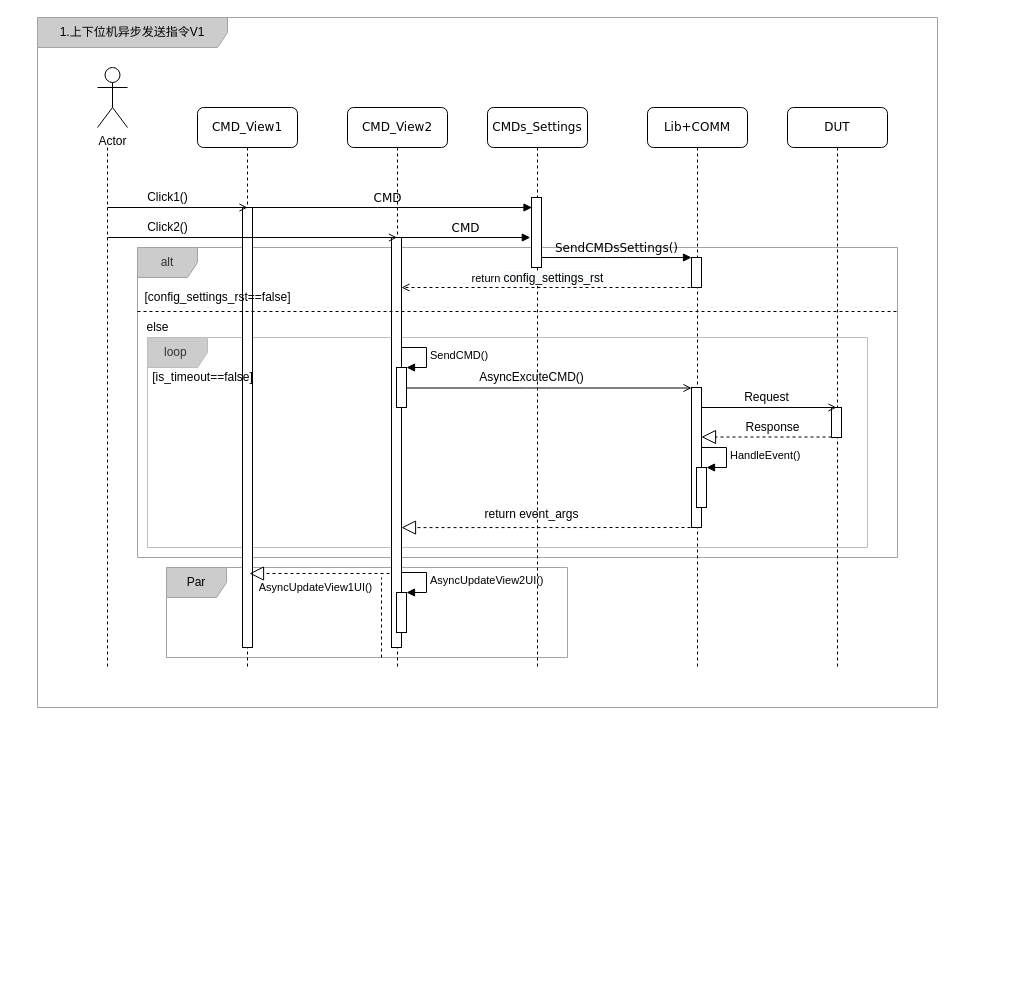
houxiaoxuan/CSharpBasicCodePractice keeps this draw.io diagram as page "V1" (1 of 2) of Untitled Diagram.drawio. Above is the earlier version. Source tidied: cells renumbered, new cells numbered last; positions are measured from the earlier drawing's top-left corner, leaving out a move shared by most shapes. Both pictures are drawn from the tidied source at 100%, with x=0, y=0 at pixel (37, 17).
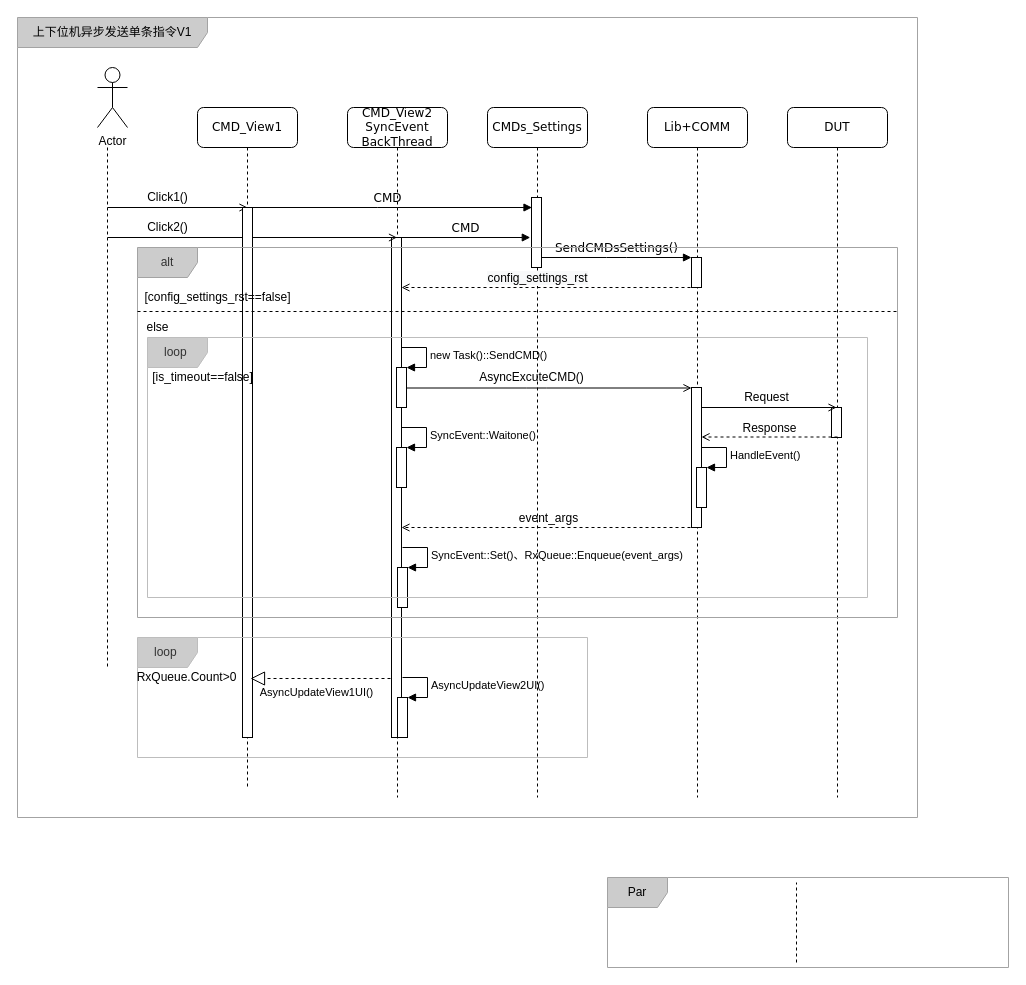
The same page after the edit.

Unchanged cells that the change refers to:
```xml
<mxCell id="11" style="html=1;points=[];perimeter=orthogonalPerimeter;rounded=0;shadow=0;comic=0;labelBackgroundColor=none;strokeWidth=1;fontFamily=Verdana;fontSize=12;align=center;" parent="9" vertex="1">
  <mxGeometry x="44" y="280" width="10" height="140" as="geometry" />
</mxCell>
<mxCell id="20" style="endArrow=open;dashed=1;endFill=0;endSize=6;html=1;labelBackgroundColor=none;" parent="1" edge="1">
  <mxGeometry relative="1" as="geometry">
    <mxPoint x="659" y="270" as="sourcePoint" />
    <mxPoint x="364" y="270" as="targetPoint" />
  </mxGeometry>
</mxCell>
```

What changed in the source:
```diff
@@
-    <mxCell id="2" value="1.上下位机异步发送指令V1" style="shape=umlFrame;whiteSpace=wrap;html=1;strokeColor=#A3A3A3;fillColor=#CCCCCC;width=190;height=30;" parent="1" vertex="1">
-      <mxGeometry width="900" height="690" as="geometry" />
+    <mxCell id="2" value="上下位机异步发送单条指令V1" style="shape=umlFrame;whiteSpace=wrap;html=1;strokeColor=#A3A3A3;fillColor=#CCCCCC;width=190;height=30;" parent="1" vertex="1">
+      <mxGeometry x="-20" width="900" height="800" as="geometry" />
     </mxCell>
-    <mxCell id="3" value="Par" style="shape=umlFrame;whiteSpace=wrap;html=1;strokeColor=#A3A3A3;fillColor=#CCCCCC;" parent="1" vertex="1">
-      <mxGeometry x="129" y="550" width="401" height="90" as="geometry" />
-    </mxCell>
-    <mxCell id="4" value="alt" style="shape=umlFrame;whiteSpace=wrap;html=1;fontColor=#333333;strokeColor=#A3A3A3;fillColor=#CCCCCC;" parent="1" vertex="1">
-      <mxGeometry x="100" y="230" width="760" height="310" as="geometry" />
-    </mxCell>
-    <mxCell id="5" value="loop&amp;nbsp;" style="shape=umlFrame;whiteSpace=wrap;html=1;fontColor=#333333;strokeColor=#BDBDBD;fillColor=#CCCCCC;" parent="1" vertex="1">
-      <mxGeometry x="110" y="320" width="720" height="210" as="geometry" />
-    </mxCell>
     <mxCell id="6" value="CMDs_Settings" style="shape=umlLifeline;perimeter=lifelinePerimeter;whiteSpace=wrap;html=1;rounded=1;shadow=0;comic=0;labelBackgroundColor=none;strokeWidth=1;fontFamily=Verdana;fontSize=12;align=center;" parent="1" vertex="1">
-      <mxGeometry x="450" y="90" width="100" height="560" as="geometry" />
+      <mxGeometry x="450" y="90" width="100" height="690" as="geometry" />
     </mxCell>
@@
-    <mxCell id="8" value="return event_args" style="text;html=1;align=center;verticalAlign=middle;" parent="6" vertex="1">
-      <mxGeometry x="-11" y="397" width="110" height="20" as="geometry" />
-    </mxCell>
     <mxCell id="9" value="Lib+COMM" style="shape=umlLifeline;perimeter=lifelinePerimeter;whiteSpace=wrap;html=1;rounded=1;shadow=0;comic=0;labelBackgroundColor=none;strokeWidth=1;fontFamily=Verdana;fontSize=12;align=center;" parent="1" vertex="1">
-      <mxGeometry x="610" y="90" width="100" height="560" as="geometry" />
+      <mxGeometry x="610" y="90" width="100" height="690" as="geometry" />
     </mxCell>
@@
     <mxCell id="12" value="DUT" style="shape=umlLifeline;perimeter=lifelinePerimeter;whiteSpace=wrap;html=1;rounded=1;shadow=0;comic=0;labelBackgroundColor=none;strokeWidth=1;fontFamily=Verdana;fontSize=12;align=center;" parent="1" vertex="1">
-      <mxGeometry x="750" y="90" width="100" height="560" as="geometry" />
+      <mxGeometry x="750" y="90" width="100" height="690" as="geometry" />
     </mxCell>
@@
-    <mxCell id="14" value="CMD_View2" style="shape=umlLifeline;perimeter=lifelinePerimeter;whiteSpace=wrap;html=1;outlineConnect=0;rounded=1;shadow=0;comic=0;labelBackgroundColor=none;strokeWidth=1;fontFamily=Verdana;fontSize=12;align=center;" parent="1" vertex="1">
-      <mxGeometry x="310" y="90" width="100" height="560" as="geometry" />
+    <mxCell id="14" value="CMD_View2&lt;br&gt;SyncEvent&lt;br&gt;BackThread" style="shape=umlLifeline;perimeter=lifelinePerimeter;whiteSpace=wrap;html=1;outlineConnect=0;rounded=1;shadow=0;comic=0;labelBackgroundColor=none;strokeWidth=1;fontFamily=Verdana;fontSize=12;align=center;" parent="1" vertex="1">
+      <mxGeometry x="310" y="90" width="100" height="690" as="geometry" />
     </mxCell>
     <mxCell id="15" style="html=1;points=[];perimeter=orthogonalPerimeter;rounded=0;shadow=0;comic=0;labelBackgroundColor=none;strokeWidth=1;fontFamily=Verdana;fontSize=12;align=center;" parent="14" vertex="1">
-      <mxGeometry x="44" y="130" width="10" height="410" as="geometry" />
+      <mxGeometry x="44" y="130" width="10" height="500" as="geometry" />
     </mxCell>
+    <mxCell id="49" style="group;" parent="14" vertex="1">
+      <mxGeometry x="49" y="320" width="30" height="60" as="geometry" />
+    </mxCell>
+    <mxCell id="50" style="html=1;points=[];perimeter=orthogonalPerimeter;" parent="49" vertex="1">
+      <mxGeometry y="20" width="10" height="40" as="geometry" />
+    </mxCell>
+    <mxCell id="51" value="SyncEvent::Waitone()" style="edgeStyle=orthogonalEdgeStyle;html=1;align=left;spacingLeft=2;endArrow=block;rounded=0;entryX=1;entryY=0;labelBackgroundColor=none;" parent="49" edge="1" target="50">
+      <mxGeometry relative="1" as="geometry">
+        <mxPoint x="5" as="sourcePoint" />
+        <Array as="points">
+          <mxPoint x="30" />
+        </Array>
+      </mxGeometry>
+    </mxCell>
@@
-    <mxCell id="21" value="return&amp;nbsp;&lt;span style=&quot;font-size: 12px ; background-color: rgb(248 , 249 , 250)&quot;&gt;config_settings_rst&lt;/span&gt;" style="edgeLabel;html=1;align=center;verticalAlign=middle;" parent="20" vertex="1">
+    <mxCell id="21" value="&lt;span style=&quot;font-size: 12px ; background-color: rgb(248 , 249 , 250)&quot;&gt;config_settings_rst&lt;/span&gt;" style="edgeLabel;html=1;align=center;verticalAlign=middle;" parent="20" vertex="1">
       <mxGeometry x="-0.37" relative="1" as="geometry">
         <mxPoint x="-67" y="-10" as="offset" />
       </mxGeometry>
     </mxCell>
-    <mxCell id="22" style="html=1;points=[];perimeter=orthogonalPerimeter;" parent="1" vertex="1">
-      <mxGeometry x="359" y="350" width="10" height="40" as="geometry" />
-    </mxCell>
-    <mxCell id="23" value="SendCMD()" style="edgeStyle=orthogonalEdgeStyle;html=1;align=left;spacingLeft=2;endArrow=block;rounded=0;entryX=1;entryY=0;labelBackgroundColor=none;" parent="1" edge="1" target="22">
-      <mxGeometry relative="1" as="geometry">
-        <mxPoint x="364" y="330" as="sourcePoint" />
-        <Array as="points">
-          <mxPoint x="389" y="330" />
-        </Array>
-      </mxGeometry>
-    </mxCell>
@@
-    <mxCell id="26" style="endArrow=block;dashed=1;endFill=0;endSize=12;html=1;labelBackgroundColor=none;" parent="1" edge="1">
-      <mxGeometry relative="1" as="geometry">
-        <mxPoint x="794" y="419.5" as="sourcePoint" />
-        <mxPoint x="664" y="419.5" as="targetPoint" />
-      </mxGeometry>
-    </mxCell>
-    <mxCell id="27" value="Response" style="text;html=1;align=center;verticalAlign=middle;" parent="1" vertex="1">
-      <mxGeometry x="700" y="400" width="70" height="20" as="geometry" />
-    </mxCell>
@@
-    <mxCell id="30" style="endArrow=block;dashed=1;endFill=0;endSize=12;html=1;labelBackgroundColor=none;entryX=0.5;entryY=0.523;entryDx=0;entryDy=0;entryPerimeter=0;" parent="1" edge="1">
-      <mxGeometry relative="1" as="geometry">
-        <mxPoint x="659" y="510" as="sourcePoint" />
-        <mxPoint x="364" y="510.1" as="targetPoint" />
-      </mxGeometry>
-    </mxCell>
@@
-    <mxCell id="33" value="CMD_View1" style="shape=umlLifeline;perimeter=lifelinePerimeter;whiteSpace=wrap;html=1;rounded=1;shadow=0;comic=0;labelBackgroundColor=none;strokeWidth=1;fontFamily=Verdana;fontSize=12;align=center;" parent="1" vertex="1">
-      <mxGeometry x="160" y="90" width="100" height="560" as="geometry" />
-    </mxCell>
-    <mxCell id="34" style="html=1;perimeter=orthogonalPerimeter;rounded=0;shadow=0;comic=0;labelBackgroundColor=none;strokeWidth=1;fontFamily=Verdana;fontSize=12;align=center;" parent="33" vertex="1">
-      <mxGeometry x="45" y="100" width="10" height="440" as="geometry" />
-    </mxCell>
@@
-    <mxCell id="36" style="endArrow=block;dashed=1;endFill=0;endSize=12;html=1;labelBackgroundColor=none;" parent="1" edge="1">
-      <mxGeometry relative="1" as="geometry">
-        <mxPoint x="352" y="556" as="sourcePoint" />
-        <mxPoint x="212" y="556" as="targetPoint" />
-      </mxGeometry>
-    </mxCell>
@@
+    <mxCell id="52" style="group;" parent="1" vertex="1">
+      <mxGeometry x="570" y="860" width="401" height="90" as="geometry" />
+    </mxCell>
+    <mxCell id="3" value="Par" style="shape=umlFrame;whiteSpace=wrap;html=1;strokeColor=#A3A3A3;fillColor=#CCCCCC;" parent="52" vertex="1">
+      <mxGeometry width="401" height="90" as="geometry" />
+    </mxCell>
+    <mxCell id="48" style="endArrow=none;dashed=1;html=1;labelBackgroundColor=none;exitX=0.546;exitY=1.029;exitDx=0;exitDy=0;exitPerimeter=0;" parent="52" edge="1">
+      <mxGeometry relative="1" as="geometry">
+        <mxPoint x="189" y="85" as="sourcePoint" />
+        <mxPoint x="189" y="5" as="targetPoint" />
+      </mxGeometry>
+    </mxCell>
+    <mxCell id="53" style="group;" parent="1" vertex="1">
+      <mxGeometry x="359" y="330" width="30" height="60" as="geometry" />
+    </mxCell>
+    <mxCell id="22" style="html=1;points=[];perimeter=orthogonalPerimeter;" parent="53" vertex="1">
+      <mxGeometry y="20" width="10" height="40" as="geometry" />
+    </mxCell>
+    <mxCell id="23" value="new Task()::SendCMD()" style="edgeStyle=orthogonalEdgeStyle;html=1;align=left;spacingLeft=2;endArrow=block;rounded=0;entryX=1;entryY=0;labelBackgroundColor=none;" parent="53" edge="1" target="22">
+      <mxGeometry relative="1" as="geometry">
+        <mxPoint x="5" as="sourcePoint" />
+        <Array as="points">
+          <mxPoint x="30" />
+        </Array>
+      </mxGeometry>
+    </mxCell>
+    <mxCell id="54" style="group;" parent="1" vertex="1">
+      <mxGeometry x="360" y="530" width="30" height="60" as="geometry" />
+    </mxCell>
+    <mxCell id="55" style="html=1;points=[];perimeter=orthogonalPerimeter;" parent="54" vertex="1">
+      <mxGeometry y="20" width="10" height="40" as="geometry" />
+    </mxCell>
+    <mxCell id="56" value="SyncEvent::Set()、RxQueue::Enqueue(event_args)" style="edgeStyle=orthogonalEdgeStyle;html=1;align=left;spacingLeft=2;endArrow=block;rounded=0;entryX=1;entryY=0;labelBackgroundColor=none;" parent="54" edge="1" target="55">
+      <mxGeometry relative="1" as="geometry">
+        <mxPoint x="5" as="sourcePoint" />
+        <Array as="points">
+          <mxPoint x="30" />
+        </Array>
+      </mxGeometry>
+    </mxCell>
+    <mxCell id="57" value="&lt;span style=&quot;font-size: 12px&quot;&gt;event_args&lt;/span&gt;" style="html=1;verticalAlign=bottom;endArrow=open;dashed=1;endSize=6;labelBackgroundColor=none;" parent="1" edge="1" target="15">
+      <mxGeometry relative="1" as="geometry">
+        <mxPoint x="659" y="510" as="sourcePoint" />
+      </mxGeometry>
+    </mxCell>
+    <mxCell id="27" value="&lt;span style=&quot;font-size: 12px&quot;&gt;Response&lt;/span&gt;" style="html=1;verticalAlign=bottom;endArrow=open;dashed=1;endSize=6;labelBackgroundColor=none;" parent="1" edge="1" target="11">
+      <mxGeometry relative="1" as="geometry">
+        <mxPoint x="800" y="419.5" as="sourcePoint" />
+      </mxGeometry>
+    </mxCell>
+    <mxCell id="33" value="CMD_View1" style="shape=umlLifeline;perimeter=lifelinePerimeter;whiteSpace=wrap;html=1;rounded=1;shadow=0;comic=0;labelBackgroundColor=none;strokeWidth=1;fontFamily=Verdana;fontSize=12;align=center;" parent="1" vertex="1">
+      <mxGeometry x="160" y="90" width="100" height="680" as="geometry" />
+    </mxCell>
+    <mxCell id="34" style="html=1;perimeter=orthogonalPerimeter;rounded=0;shadow=0;comic=0;labelBackgroundColor=none;strokeWidth=1;fontFamily=Verdana;fontSize=12;align=center;" parent="33" vertex="1">
+      <mxGeometry x="45" y="100" width="10" height="530" as="geometry" />
+    </mxCell>
+    <mxCell id="58" style="group;" parent="33" vertex="1">
+      <mxGeometry x="-60" y="530" width="450" height="120" as="geometry" />
+    </mxCell>
+    <mxCell id="59" value="loop&amp;nbsp;" style="shape=umlFrame;whiteSpace=wrap;html=1;fontColor=#333333;strokeColor=#BDBDBD;fillColor=#CCCCCC;" parent="58" vertex="1">
+      <mxGeometry width="450" height="120" as="geometry" />
+    </mxCell>
+    <mxCell id="60" style="group;" parent="58" vertex="1">
+      <mxGeometry x="109" y="40" width="181" height="60" as="geometry" />
+    </mxCell>
+    <mxCell id="36" style="endArrow=block;dashed=1;endFill=0;endSize=12;html=1;labelBackgroundColor=none;" parent="60" edge="1">
+      <mxGeometry relative="1" as="geometry">
+        <mxPoint x="144" y="1" as="sourcePoint" />
+        <mxPoint x="4" y="1" as="targetPoint" />
+      </mxGeometry>
+    </mxCell>
-    <mxCell id="41" style="html=1;points=[];perimeter=orthogonalPerimeter;fillColor=#FFFFFF;" parent="1" vertex="1">
-      <mxGeometry x="359" y="575" width="10" height="40" as="geometry" />
+    <mxCell id="41" style="html=1;points=[];perimeter=orthogonalPerimeter;fillColor=#FFFFFF;" parent="60" vertex="1">
+      <mxGeometry x="151" y="20" width="10" height="40" as="geometry" />
     </mxCell>
-    <mxCell id="42" value="AsyncUpdateView2UI()" style="edgeStyle=orthogonalEdgeStyle;html=1;align=left;spacingLeft=2;endArrow=block;rounded=0;entryX=1;entryY=0;labelBackgroundColor=none;" parent="1" edge="1" target="41">
+    <mxCell id="42" value="AsyncUpdateView2UI()" style="edgeStyle=orthogonalEdgeStyle;html=1;align=left;spacingLeft=2;endArrow=block;rounded=0;entryX=1;entryY=0;labelBackgroundColor=none;" parent="60" edge="1" target="41">
       <mxGeometry relative="1" as="geometry">
-        <mxPoint x="364" y="555" as="sourcePoint" />
+        <mxPoint x="156" as="sourcePoint" />
         <Array as="points">
-          <mxPoint x="389" y="555" />
+          <mxPoint x="181" />
         </Array>
       </mxGeometry>
     </mxCell>
+    <mxCell id="47" value="&lt;span style=&quot;font-size: 11px ; text-align: left&quot;&gt;AsyncUpdateView1UI()&lt;/span&gt;" style="text;html=1;align=center;verticalAlign=middle;" parent="60" vertex="1">
+      <mxGeometry y="5" width="140" height="20" as="geometry" />
+    </mxCell>
+    <mxCell id="61" value="RxQueue.Count&amp;gt;0" style="text;html=1;align=center;verticalAlign=middle;" parent="1" vertex="1">
+      <mxGeometry x="89" y="650" width="120" height="20" as="geometry" />
+    </mxCell>
+    <mxCell id="62" style="group;" parent="1" vertex="1">
+      <mxGeometry x="105" y="320" width="725" height="260" as="geometry" />
+    </mxCell>
+    <mxCell id="5" value="loop&amp;nbsp;" style="shape=umlFrame;whiteSpace=wrap;html=1;fontColor=#333333;strokeColor=#BDBDBD;fillColor=#CCCCCC;" parent="62" vertex="1">
+      <mxGeometry x="5" width="720" height="260" as="geometry" />
+    </mxCell>
+    <mxCell id="46" value="[is_timeout==false]" style="text;html=1;align=center;verticalAlign=middle;" parent="62" vertex="1">
+      <mxGeometry y="30" width="120" height="20" as="geometry" />
+    </mxCell>
+    <mxCell id="63" style="group;" parent="1" vertex="1">
+      <mxGeometry x="100" y="230" width="760" height="370" as="geometry" />
+    </mxCell>
+    <mxCell id="4" value="alt" style="shape=umlFrame;whiteSpace=wrap;html=1;fontColor=#333333;strokeColor=#A3A3A3;fillColor=#CCCCCC;" parent="63" vertex="1">
+      <mxGeometry width="760" height="370" as="geometry" />
+    </mxCell>
-    <mxCell id="43" value="[config_settings_rst==false]" style="text;html=1;align=center;verticalAlign=middle;" parent="1" vertex="1">
-      <mxGeometry x="100" y="270" width="160" height="20" as="geometry" />
+    <mxCell id="43" value="[config_settings_rst==false]" style="text;html=1;align=center;verticalAlign=middle;" parent="63" vertex="1">
+      <mxGeometry y="40" width="160" height="20" as="geometry" />
     </mxCell>
-    <mxCell id="44" style="endArrow=none;dashed=1;html=1;labelBackgroundColor=none;" parent="1" edge="1">
+    <mxCell id="44" style="endArrow=none;dashed=1;html=1;labelBackgroundColor=none;" parent="63" edge="1">
       <mxGeometry relative="1" as="geometry">
-        <mxPoint x="100" y="294" as="sourcePoint" />
-        <mxPoint x="860" y="294" as="targetPoint" />
+        <mxPoint y="64" as="sourcePoint" />
+        <mxPoint x="760" y="64" as="targetPoint" />
       </mxGeometry>
     </mxCell>
-    <mxCell id="45" value="else" style="text;html=1;align=center;verticalAlign=middle;" parent="1" vertex="1">
-      <mxGeometry x="100" y="300" width="40" height="20" as="geometry" />
+    <mxCell id="45" value="else" style="text;html=1;align=center;verticalAlign=middle;" parent="63" vertex="1">
+      <mxGeometry y="70" width="40" height="20" as="geometry" />
     </mxCell>
-    <mxCell id="46" value="[is_timeout==false]" style="text;html=1;align=center;verticalAlign=middle;" parent="1" vertex="1">
-      <mxGeometry x="105" y="350" width="120" height="20" as="geometry" />
-    </mxCell>
-    <mxCell id="47" value="&lt;span style=&quot;font-size: 11px ; text-align: left&quot;&gt;AsyncUpdateView1UI()&lt;/span&gt;" style="text;html=1;align=center;verticalAlign=middle;" parent="1" vertex="1">
-      <mxGeometry x="208" y="560" width="140" height="20" as="geometry" />
-    </mxCell>
-    <mxCell id="48" style="endArrow=none;dashed=1;html=1;labelBackgroundColor=none;exitX=0.546;exitY=1.029;exitDx=0;exitDy=0;exitPerimeter=0;" parent="1" edge="1">
-      <mxGeometry relative="1" as="geometry">
-        <mxPoint x="344" y="640" as="sourcePoint" />
-        <mxPoint x="344" y="560" as="targetPoint" />
-      </mxGeometry>
-    </mxCell>
```
